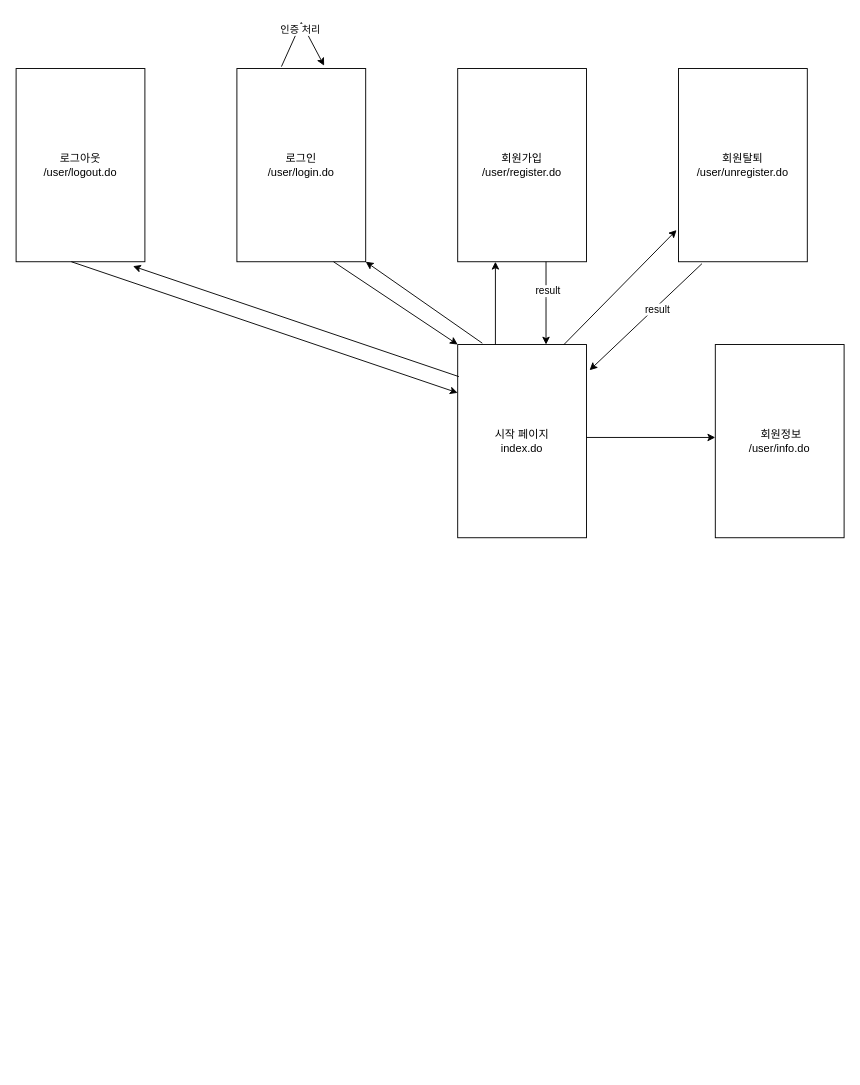
Before: server/ToyProject/페이지설계.drawio in sorrel012/code, a draw.io diagram. Source tidied: cells renumbered, new cells numbered last; positions are measured from the earlier drawing's top-left corner, leaving out a move shared by most shapes. Both pictures are drawn from the tidied source at 92%, with x=0, y=0 at pixel (16, 22).
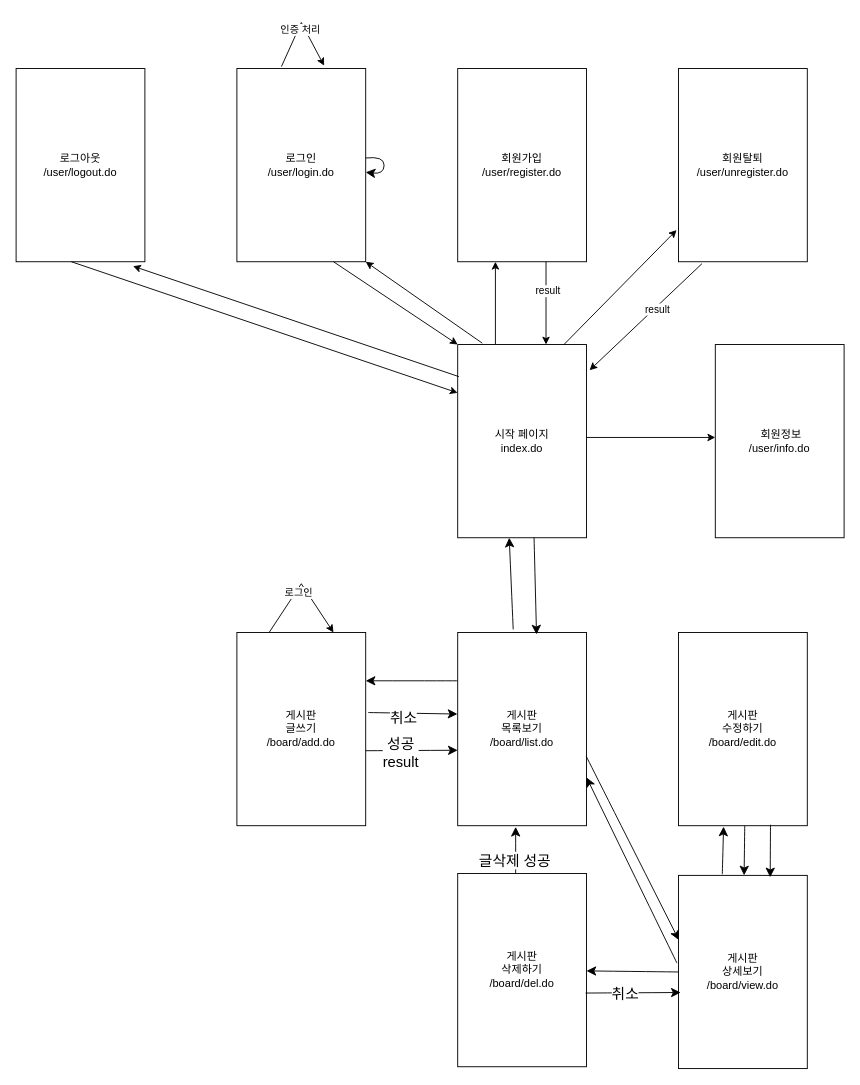
The same page after the edit.

Commit message:
feat: Design board page

The change refers to these unchanged cells:
```xml
<mxCell id="5" value="로그인&lt;br&gt;/user/login.do" style="whiteSpace=wrap;html=1;" parent="1" vertex="1">
  <mxGeometry x="240" y="50" width="140" height="210" as="geometry" />
</mxCell>
```

Diff of the diagram source:
```diff
@@
+    <mxCell id="21" value="게시판 &lt;br&gt;목록보기&lt;br&gt;/board/list.do" style="whiteSpace=wrap;html=1;" parent="1" vertex="1">
+      <mxGeometry x="480" y="663" width="140" height="210" as="geometry" />
+    </mxCell>
+    <mxCell id="22" style="edgeStyle=none;curved=1;rounded=0;orthogonalLoop=1;jettySize=auto;html=1;fontSize=12;startSize=8;endSize=8;" parent="1" edge="1" source="5" target="5">
+      <mxGeometry relative="1" as="geometry" />
+    </mxCell>
+    <mxCell id="23" value="게시판 &lt;br&gt;수정하기&lt;br&gt;/board/edit.do" style="whiteSpace=wrap;html=1;" parent="1" vertex="1">
+      <mxGeometry x="720" y="663" width="140" height="210" as="geometry" />
+    </mxCell>
+    <mxCell id="24" value="게시판 &lt;br&gt;글쓰기&lt;br&gt;/board/add.do" style="whiteSpace=wrap;html=1;" parent="1" vertex="1">
+      <mxGeometry x="240" y="663" width="140" height="210" as="geometry" />
+    </mxCell>
+    <mxCell id="25" value="게시판 &lt;br&gt;삭제하기&lt;br&gt;/board/del.do" style="whiteSpace=wrap;html=1;" parent="1" vertex="1">
+      <mxGeometry x="480" y="925" width="140" height="210" as="geometry" />
+    </mxCell>
+    <mxCell id="26" value="게시판 &lt;br&gt;상세보기&lt;br&gt;/board/view.do" style="whiteSpace=wrap;html=1;" parent="1" vertex="1">
+      <mxGeometry x="720" y="927" width="140" height="210" as="geometry" />
+    </mxCell>
+    <mxCell id="27" style="endArrow=classic;html=1;rounded=0;fontSize=12;startSize=8;endSize=8;curved=1;exitX=0.5;exitY=1;exitDx=0;exitDy=0;entryX=0.612;entryY=0.01;entryDx=0;entryDy=0;entryPerimeter=0;" parent="1" edge="1" target="21">
+      <mxGeometry relative="1" as="geometry">
+        <mxPoint x="563" y="560" as="sourcePoint" />
+      </mxGeometry>
+    </mxCell>
+    <mxCell id="28" style="endArrow=classic;html=1;rounded=0;fontSize=12;startSize=8;endSize=8;curved=1;entryX=0.25;entryY=1;entryDx=0;entryDy=0;exitX=0.431;exitY=-0.016;exitDx=0;exitDy=0;exitPerimeter=0;" parent="1" edge="1" source="21">
+      <mxGeometry relative="1" as="geometry">
+        <mxPoint x="536" y="560" as="targetPoint" />
+      </mxGeometry>
+    </mxCell>
+    <mxCell id="29" style="endArrow=classic;html=1;rounded=0;fontSize=12;startSize=8;endSize=8;curved=1;exitX=0;exitY=0.25;exitDx=0;exitDy=0;entryX=1;entryY=0.25;entryDx=0;entryDy=0;" parent="1" edge="1" source="21" target="24">
+      <mxGeometry relative="1" as="geometry" />
+    </mxCell>
+    <mxCell id="30" style="endArrow=classic;html=1;rounded=0;fontSize=12;startSize=8;endSize=8;curved=1;entryX=-0.002;entryY=0.422;entryDx=0;entryDy=0;exitX=1.02;exitY=0.545;exitDx=0;exitDy=0;exitPerimeter=0;entryPerimeter=0;" parent="1" edge="1" target="21">
+      <mxGeometry relative="1" as="geometry">
+        <mxPoint x="382.8" y="750" as="sourcePoint" />
+      </mxGeometry>
+    </mxCell>
+    <mxCell id="31" value="취소" style="edgeLabel;html=1;align=center;verticalAlign=middle;fontSize=16;" parent="30" vertex="1">
+      <mxGeometry x="-0.21" y="-5" relative="1" as="geometry" />
+    </mxCell>
+    <mxCell id="32" style="endArrow=classic;html=1;rounded=0;fontSize=12;startSize=8;endSize=8;curved=1;exitX=1;exitY=0.75;exitDx=0;exitDy=0;" parent="1" edge="1">
+      <mxGeometry relative="1" as="geometry">
+        <mxPoint x="380" y="791.5" as="sourcePoint" />
+        <mxPoint x="480" y="791" as="targetPoint" />
+      </mxGeometry>
+    </mxCell>
+    <mxCell id="33" value="성공&lt;br&gt;result" style="edgeLabel;html=1;align=center;verticalAlign=middle;fontSize=16;" parent="32" vertex="1">
+      <mxGeometry x="-0.27" y="-2" relative="1" as="geometry" />
+    </mxCell>
+    <mxCell id="34" style="endArrow=classic;html=1;rounded=0;exitX=0.25;exitY=0;exitDx=0;exitDy=0;entryX=0.75;entryY=0;entryDx=0;entryDy=0;" parent="1" edge="1" source="24" target="24">
+      <mxGeometry relative="1" as="geometry">
+        <Array as="points">
+          <mxPoint x="310" y="610" />
+        </Array>
+      </mxGeometry>
+    </mxCell>
+    <mxCell id="35" value="로그인" style="edgeLabel;html=1;align=center;verticalAlign=middle;" parent="34" vertex="1">
+      <mxGeometry x="-0.15" y="-2" relative="1" as="geometry" />
+    </mxCell>
+    <mxCell id="36" style="endArrow=classic;html=1;rounded=0;fontSize=12;startSize=8;endSize=8;curved=1;entryX=0.5;entryY=1;entryDx=0;entryDy=0;exitX=0.34;exitY=-0.006;exitDx=0;exitDy=0;exitPerimeter=0;" parent="1" edge="1" source="26">
+      <mxGeometry relative="1" as="geometry">
+        <mxPoint x="769" y="874" as="targetPoint" />
+      </mxGeometry>
+    </mxCell>
+    <mxCell id="37" style="endArrow=classic;html=1;rounded=0;fontSize=12;startSize=8;endSize=8;curved=1;entryX=0.003;entryY=0.335;entryDx=0;entryDy=0;entryPerimeter=0;exitX=0.998;exitY=0.641;exitDx=0;exitDy=0;exitPerimeter=0;" parent="1" edge="1" source="21" target="26">
+      <mxGeometry relative="1" as="geometry" />
+    </mxCell>
+    <mxCell id="38" style="endArrow=classic;html=1;rounded=0;fontSize=12;startSize=8;endSize=8;curved=1;exitX=-0.012;exitY=0.454;exitDx=0;exitDy=0;exitPerimeter=0;entryX=1;entryY=0.75;entryDx=0;entryDy=0;" parent="1" edge="1" source="26" target="21">
+      <mxGeometry relative="1" as="geometry" />
+    </mxCell>
+    <mxCell id="39" style="endArrow=classic;html=1;rounded=0;fontSize=12;startSize=8;endSize=8;curved=1;exitX=0.5;exitY=1;exitDx=0;exitDy=0;" parent="1" edge="1" target="26">
+      <mxGeometry relative="1" as="geometry">
+        <mxPoint x="792" y="873" as="sourcePoint" />
+      </mxGeometry>
+    </mxCell>
+    <mxCell id="40" style="endArrow=classic;html=1;rounded=0;fontSize=12;startSize=8;endSize=8;curved=1;entryX=0.712;entryY=0.01;entryDx=0;entryDy=0;entryPerimeter=0;" parent="1" edge="1" target="26">
+      <mxGeometry relative="1" as="geometry">
+        <mxPoint x="820" y="872" as="sourcePoint" />
+      </mxGeometry>
+    </mxCell>
+    <mxCell id="41" style="endArrow=classic;html=1;rounded=0;fontSize=12;startSize=8;endSize=8;curved=1;exitX=0.993;exitY=0.59;exitDx=0;exitDy=0;exitPerimeter=0;entryX=0.017;entryY=0.587;entryDx=0;entryDy=0;entryPerimeter=0;" parent="1" edge="1">
+      <mxGeometry relative="1" as="geometry">
+        <mxPoint x="619" y="1054.9" as="sourcePoint" />
+        <mxPoint x="722.4" y="1054.3" as="targetPoint" />
+      </mxGeometry>
+    </mxCell>
+    <mxCell id="42" value="취소&lt;br&gt;" style="edgeLabel;html=1;align=center;verticalAlign=middle;fontSize=16;" parent="41" vertex="1">
+      <mxGeometry x="-0.19" y="-1" relative="1" as="geometry" />
+    </mxCell>
+    <mxCell id="43" style="endArrow=classic;html=1;rounded=0;fontSize=12;startSize=8;endSize=8;curved=1;entryX=0.45;entryY=1.006;entryDx=0;entryDy=0;entryPerimeter=0;exitX=0.45;exitY=0;exitDx=0;exitDy=0;exitPerimeter=0;" parent="1" edge="1" source="25" target="21">
+      <mxGeometry relative="1" as="geometry" />
+    </mxCell>
+    <mxCell id="44" value="글삭제 성공" style="edgeLabel;html=1;align=center;verticalAlign=middle;fontSize=16;" parent="43" vertex="1">
+      <mxGeometry x="-0.39" y="2" relative="1" as="geometry" />
+    </mxCell>
+    <mxCell id="45" style="endArrow=classic;html=1;rounded=0;fontSize=12;startSize=8;endSize=8;curved=1;exitX=0;exitY=0.5;exitDx=0;exitDy=0;" parent="1" edge="1" source="26" target="25">
+      <mxGeometry relative="1" as="geometry" />
+    </mxCell>
```
